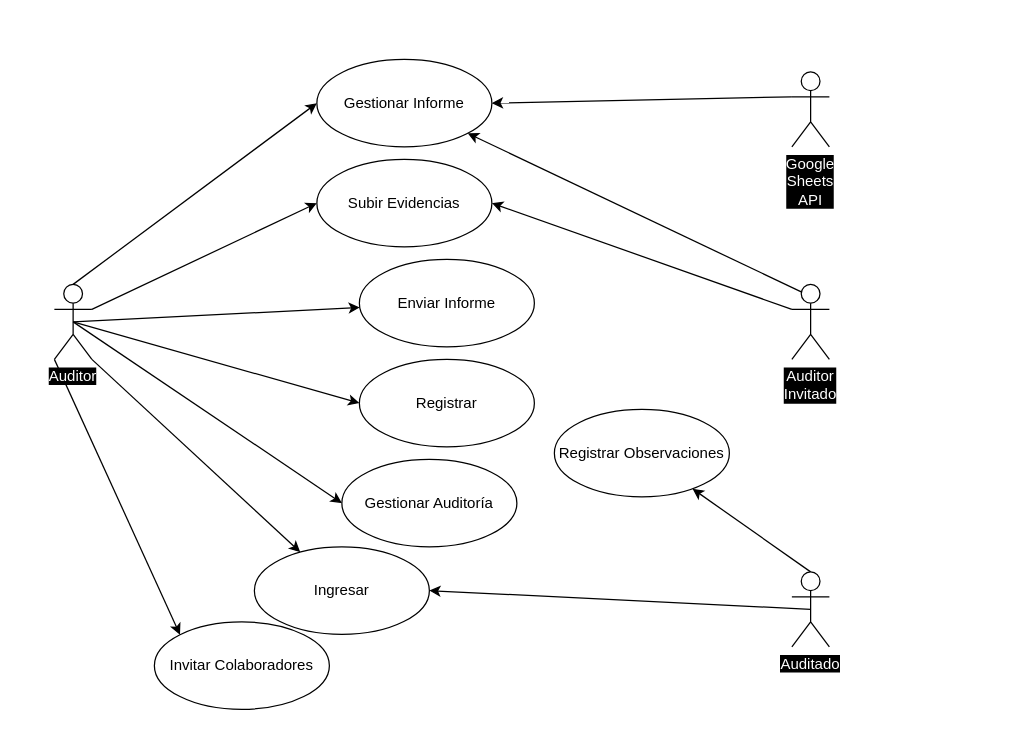
Jhonathan97/Proyecto_Auditoria keeps this draw.io diagram as Diagrams and Mockups/casos_de_uso.drawio. Above is the earlier version. Source tidied: cells renumbered, new cells numbered last; positions are measured from the earlier drawing's top-left corner, leaving out a move shared by most shapes. Both pictures are drawn from the tidied source at 125%, with x=0, y=0 at pixel (54, 59).
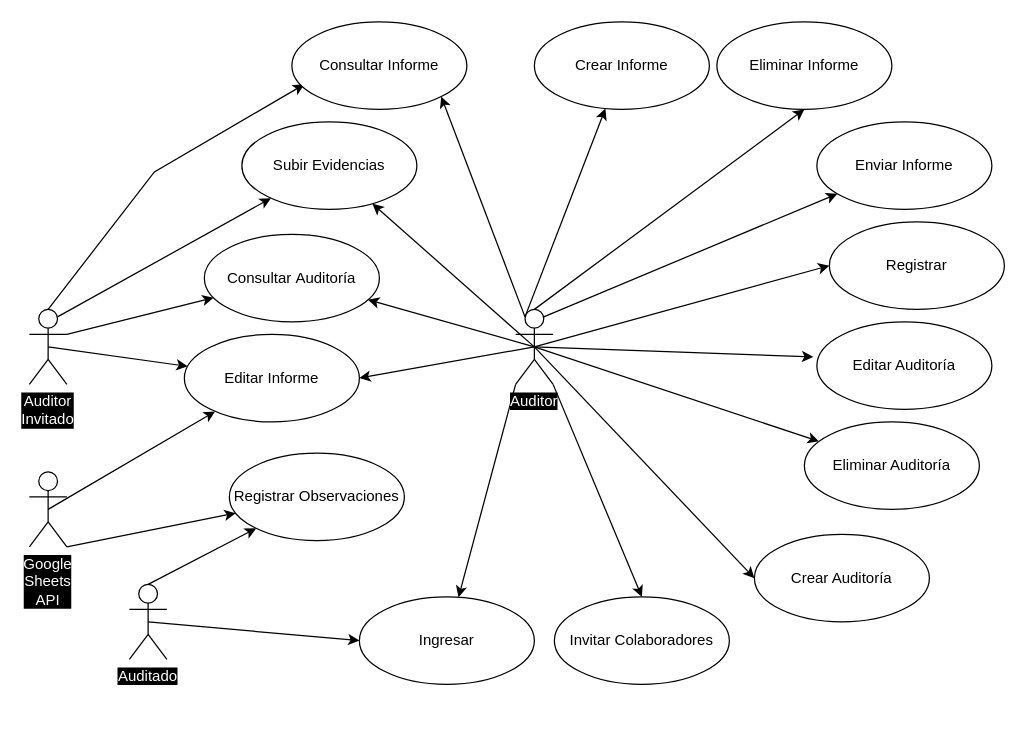
The same diagram, later.

Commit message:
Diagrama de Casos de Uso Definitivo

The edit, as a diff of the source:
```diff
@@
-    <mxCell id="2" value="Gestionar Informe" style="ellipse;whiteSpace=wrap;html=1;" parent="1" vertex="1">
-      <mxGeometry x="210" width="140" height="70" as="geometry" />
-    </mxCell>
-    <mxCell id="3" style="rounded=0;jettySize=auto;html=1;entryX=0;entryY=0.5;entryDx=0;entryDy=0;fontColor=#FFFFFF;exitX=0.5;exitY=0;exitDx=0;exitDy=0;exitPerimeter=0;" parent="1" edge="1" source="10" target="2">
+    <mxCell id="3" style="rounded=0;jettySize=auto;html=1;fontColor=#FFFFFF;exitX=0.5;exitY=0;exitDx=0;exitDy=0;exitPerimeter=0;entryX=0.5;entryY=1;entryDx=0;entryDy=0;" parent="1" edge="1" source="10" target="40">
       <mxGeometry relative="1" as="geometry" />
     </mxCell>
@@
-    <mxCell id="5" style="edgeStyle=none;rounded=0;jettySize=auto;html=1;exitX=1;exitY=1;exitDx=0;exitDy=0;exitPerimeter=0;" parent="1" edge="1" source="10" target="12">
+    <mxCell id="5" style="edgeStyle=none;rounded=0;jettySize=auto;html=1;exitX=0;exitY=1;exitDx=0;exitDy=0;exitPerimeter=0;" parent="1" edge="1" source="10" target="12">
       <mxGeometry relative="1" as="geometry" />
     </mxCell>
-    <mxCell id="6" style="edgeStyle=none;rounded=0;jettySize=auto;html=1;exitX=1;exitY=0.3333333333333333;exitDx=0;exitDy=0;exitPerimeter=0;entryX=0;entryY=0.5;entryDx=0;entryDy=0;" parent="1" edge="1" source="10" target="19">
+    <mxCell id="6" style="edgeStyle=none;rounded=0;jettySize=auto;html=1;exitX=0.5;exitY=0.5;exitDx=0;exitDy=0;exitPerimeter=0;" parent="1" edge="1" source="10" target="19">
       <mxGeometry relative="1" as="geometry" />
     </mxCell>
-    <mxCell id="7" style="edgeStyle=none;rounded=0;jettySize=auto;html=1;exitX=0.5;exitY=0.5;exitDx=0;exitDy=0;exitPerimeter=0;" parent="1" edge="1" source="10" target="20">
+    <mxCell id="7" style="edgeStyle=none;rounded=0;jettySize=auto;html=1;exitX=0.75;exitY=0.1;exitDx=0;exitDy=0;exitPerimeter=0;" parent="1" edge="1" source="10" target="20">
       <mxGeometry relative="1" as="geometry" />
     </mxCell>
-    <mxCell id="8" style="edgeStyle=none;rounded=0;jettySize=auto;html=1;exitX=0;exitY=1;exitDx=0;exitDy=0;exitPerimeter=0;entryX=0;entryY=0;entryDx=0;entryDy=0;" parent="1" edge="1" source="10" target="21">
+    <mxCell id="8" style="edgeStyle=none;rounded=0;jettySize=auto;html=1;exitX=1;exitY=1;exitDx=0;exitDy=0;exitPerimeter=0;entryX=0.5;entryY=0;entryDx=0;entryDy=0;" parent="1" edge="1" source="10" target="21">
       <mxGeometry relative="1" as="geometry" />
     </mxCell>
@@
+    <mxCell id="26" style="rounded=0;jettySize=auto;html=1;exitX=0.5;exitY=0.5;exitDx=0;exitDy=0;exitPerimeter=0;entryX=-0.021;entryY=0.4;entryDx=0;entryDy=0;entryPerimeter=0;" parent="1" edge="1" source="10" target="37">
+      <mxGeometry relative="1" as="geometry" />
+    </mxCell>
+    <mxCell id="27" style="edgeStyle=none;rounded=0;jettySize=auto;html=1;exitX=0.5;exitY=0.5;exitDx=0;exitDy=0;exitPerimeter=0;" parent="1" edge="1" source="10" target="39">
+      <mxGeometry relative="1" as="geometry" />
+    </mxCell>
+    <mxCell id="28" style="edgeStyle=none;rounded=0;jettySize=auto;html=1;exitX=0.5;exitY=0.5;exitDx=0;exitDy=0;exitPerimeter=0;" parent="1" edge="1" source="10" target="38">
+      <mxGeometry relative="1" as="geometry" />
+    </mxCell>
+    <mxCell id="29" style="edgeStyle=none;rounded=0;jettySize=auto;html=1;exitX=0.25;exitY=0.1;exitDx=0;exitDy=0;exitPerimeter=0;" parent="1" edge="1" source="10" target="43">
+      <mxGeometry relative="1" as="geometry" />
+    </mxCell>
+    <mxCell id="30" style="edgeStyle=none;rounded=0;jettySize=auto;html=1;exitX=0.25;exitY=0.1;exitDx=0;exitDy=0;exitPerimeter=0;entryX=1;entryY=1;entryDx=0;entryDy=0;" parent="1" edge="1" source="10" target="42">
+      <mxGeometry relative="1" as="geometry" />
+    </mxCell>
+    <mxCell id="31" style="edgeStyle=none;rounded=0;jettySize=auto;html=1;exitX=0.5;exitY=0.5;exitDx=0;exitDy=0;exitPerimeter=0;entryX=1;entryY=0.5;entryDx=0;entryDy=0;" parent="1" edge="1" source="10" target="44">
+      <mxGeometry relative="1" as="geometry" />
+    </mxCell>
     <mxCell id="10" value="Auditor" style="shape=umlActor;verticalLabelPosition=bottom;labelBackgroundColor=#000000;verticalAlign=top;html=1;whiteSpace=wrap;fontColor=#FFFFFF;" parent="1" vertex="1">
-      <mxGeometry y="180" width="30" height="60" as="geometry" />
+      <mxGeometry x="369" y="200" width="30" height="60" as="geometry" />
     </mxCell>
     <mxCell id="11" value="Registrar" style="ellipse;whiteSpace=wrap;html=1;" parent="1" vertex="1">
-      <mxGeometry x="244" y="240" width="140" height="70" as="geometry" />
+      <mxGeometry x="620" y="130" width="140" height="70" as="geometry" />
     </mxCell>
     <mxCell id="12" value="Ingresar" style="ellipse;whiteSpace=wrap;html=1;" parent="1" vertex="1">
-      <mxGeometry x="160" y="390" width="140" height="70" as="geometry" />
+      <mxGeometry x="244" y="430" width="140" height="70" as="geometry" />
     </mxCell>
     <mxCell id="13" value="Registrar Observaciones" style="ellipse;whiteSpace=wrap;html=1;" parent="1" vertex="1">
-      <mxGeometry x="400" y="280" width="140" height="70" as="geometry" />
+      <mxGeometry x="140" y="315" width="140" height="70" as="geometry" />
     </mxCell>
@@
-    <mxCell id="15" style="edgeStyle=none;rounded=0;jettySize=auto;html=1;exitX=0.5;exitY=0.5;exitDx=0;exitDy=0;exitPerimeter=0;entryX=1;entryY=0.5;entryDx=0;entryDy=0;" parent="1" edge="1" source="16" target="12">
+    <mxCell id="15" style="edgeStyle=none;rounded=0;jettySize=auto;html=1;exitX=0.5;exitY=0.5;exitDx=0;exitDy=0;exitPerimeter=0;entryX=0;entryY=0.5;entryDx=0;entryDy=0;entryPerimeter=0;" parent="1" edge="1" source="16" target="12">
       <mxGeometry relative="1" as="geometry" />
     </mxCell>
     <mxCell id="16" value="Auditado" style="shape=umlActor;verticalLabelPosition=bottom;labelBackgroundColor=#000000;verticalAlign=top;html=1;whiteSpace=wrap;fontColor=#FFFFFF;" parent="1" vertex="1">
-      <mxGeometry x="590" y="410" width="30" height="60" as="geometry" />
+      <mxGeometry x="60" y="420" width="30" height="60" as="geometry" />
     </mxCell>
-    <mxCell id="17" style="edgeStyle=none;rounded=0;jettySize=auto;html=1;exitX=0;exitY=0.3333333333333333;exitDx=0;exitDy=0;exitPerimeter=0;entryX=1;entryY=0.5;entryDx=0;entryDy=0;" parent="1" edge="1" source="18" target="2">
-      <mxGeometry relative="1" as="geometry" />
-    </mxCell>
+    <mxCell id="32" style="edgeStyle=none;rounded=0;jettySize=auto;html=1;exitX=0.5;exitY=0.5;exitDx=0;exitDy=0;exitPerimeter=0;" parent="1" edge="1" source="18" target="44">
+      <mxGeometry relative="1" as="geometry" />
+    </mxCell>
+    <mxCell id="33" style="edgeStyle=none;rounded=0;jettySize=auto;html=1;exitX=1;exitY=1;exitDx=0;exitDy=0;exitPerimeter=0;" parent="1" edge="1" source="18" target="13">
+      <mxGeometry relative="1" as="geometry" />
+    </mxCell>
     <mxCell id="18" value="Google Sheets API" style="shape=umlActor;verticalLabelPosition=bottom;labelBackgroundColor=#000000;verticalAlign=top;html=1;whiteSpace=wrap;fontColor=#FFFFFF;" parent="1" vertex="1">
-      <mxGeometry x="590" y="10" width="30" height="60" as="geometry" />
+      <mxGeometry x="-20" y="330" width="30" height="60" as="geometry" />
     </mxCell>
     <mxCell id="19" value="Subir Evidencias" style="ellipse;whiteSpace=wrap;html=1;" parent="1" vertex="1">
-      <mxGeometry x="210" y="80" width="140" height="70" as="geometry" />
+      <mxGeometry x="150" y="50" width="140" height="70" as="geometry" />
     </mxCell>
     <mxCell id="20" value="Enviar Informe" style="ellipse;whiteSpace=wrap;html=1;" parent="1" vertex="1">
-      <mxGeometry x="244" y="160" width="140" height="70" as="geometry" />
+      <mxGeometry x="610" y="50" width="140" height="70" as="geometry" />
     </mxCell>
     <mxCell id="21" value="Invitar Colaboradores" style="ellipse;whiteSpace=wrap;html=1;" parent="1" vertex="1">
-      <mxGeometry x="80" y="450" width="140" height="70" as="geometry" />
+      <mxGeometry x="400" y="430" width="140" height="70" as="geometry" />
     </mxCell>
-    <mxCell id="22" value="Gestionar Auditoría" style="ellipse;whiteSpace=wrap;html=1;" parent="1" vertex="1">
-      <mxGeometry x="230" y="320" width="140" height="70" as="geometry" />
+    <mxCell id="22" value="Crear Auditoría" style="ellipse;whiteSpace=wrap;html=1;" parent="1" vertex="1">
+      <mxGeometry x="560" y="380" width="140" height="70" as="geometry" />
     </mxCell>
+    <mxCell id="34" style="edgeStyle=none;rounded=0;jettySize=auto;html=1;exitX=0.5;exitY=0.5;exitDx=0;exitDy=0;exitPerimeter=0;" parent="1" edge="1" source="25" target="44">
+      <mxGeometry relative="1" as="geometry" />
+    </mxCell>
-    <mxCell id="23" style="edgeStyle=none;rounded=0;jettySize=auto;html=1;exitX=0;exitY=0.3333333333333333;exitDx=0;exitDy=0;exitPerimeter=0;entryX=1;entryY=0.5;entryDx=0;entryDy=0;" parent="1" edge="1" source="25" target="19">
+    <mxCell id="23" style="edgeStyle=none;rounded=0;jettySize=auto;html=1;exitX=0.75;exitY=0.1;exitDx=0;exitDy=0;exitPerimeter=0;" parent="1" edge="1" source="25" target="19">
       <mxGeometry relative="1" as="geometry" />
     </mxCell>
-    <mxCell id="24" style="edgeStyle=none;rounded=0;jettySize=auto;html=1;exitX=0.25;exitY=0.1;exitDx=0;exitDy=0;exitPerimeter=0;" parent="1" edge="1" source="25" target="2">
-      <mxGeometry relative="1" as="geometry" />
-    </mxCell>
+    <mxCell id="35" style="edgeStyle=none;rounded=0;jettySize=auto;html=1;entryX=0.071;entryY=0.714;entryDx=0;entryDy=0;entryPerimeter=0;exitX=0.5;exitY=0;exitDx=0;exitDy=0;exitPerimeter=0;" parent="1" edge="1" source="25" target="42">
+      <mxGeometry relative="1" as="geometry">
+        <Array as="points">
+          <mxPoint x="80" y="90" />
+        </Array>
+      </mxGeometry>
+    </mxCell>
+    <mxCell id="36" style="edgeStyle=none;rounded=0;jettySize=auto;html=1;exitX=1;exitY=0.3333333333333333;exitDx=0;exitDy=0;exitPerimeter=0;" parent="1" edge="1" source="25" target="39">
+      <mxGeometry relative="1" as="geometry" />
+    </mxCell>
     <mxCell id="25" value="Auditor Invitado" style="shape=umlActor;verticalLabelPosition=bottom;labelBackgroundColor=#000000;verticalAlign=top;html=1;whiteSpace=wrap;fontColor=#FFFFFF;" parent="1" vertex="1">
-      <mxGeometry x="590" y="180" width="30" height="60" as="geometry" />
+      <mxGeometry x="-20" y="200" width="30" height="60" as="geometry" />
     </mxCell>
+    <mxCell id="37" value="Editar Auditoría" style="ellipse;whiteSpace=wrap;html=1;" parent="1" vertex="1">
+      <mxGeometry x="610" y="210" width="140" height="70" as="geometry" />
+    </mxCell>
+    <mxCell id="38" value="Eliminar Auditoría" style="ellipse;whiteSpace=wrap;html=1;" parent="1" vertex="1">
+      <mxGeometry x="600" y="290" width="140" height="70" as="geometry" />
+    </mxCell>
+    <mxCell id="39" value="Consultar&amp;nbsp;Auditoría" style="ellipse;whiteSpace=wrap;html=1;" parent="1" vertex="1">
+      <mxGeometry x="120" y="140" width="140" height="70" as="geometry" />
+    </mxCell>
+    <mxCell id="40" value="Eliminar Informe" style="ellipse;whiteSpace=wrap;html=1;" parent="1" vertex="1">
+      <mxGeometry x="530" y="-30" width="140" height="70" as="geometry" />
+    </mxCell>
+    <mxCell id="41" style="edgeStyle=none;rounded=0;orthogonalLoop=1;jettySize=auto;html=1;exitX=1;exitY=0.5;exitDx=0;exitDy=0;" parent="1" edge="1" source="12" target="12">
+      <mxGeometry relative="1" as="geometry" />
+    </mxCell>
+    <mxCell id="42" value="Consultar Informe" style="ellipse;whiteSpace=wrap;html=1;" parent="1" vertex="1">
+      <mxGeometry x="190" y="-30" width="140" height="70" as="geometry" />
+    </mxCell>
+    <mxCell id="43" value="Crear Informe" style="ellipse;whiteSpace=wrap;html=1;" parent="1" vertex="1">
+      <mxGeometry x="384" y="-30" width="140" height="70" as="geometry" />
+    </mxCell>
+    <mxCell id="44" value="Editar Informe" style="ellipse;whiteSpace=wrap;html=1;" parent="1" vertex="1">
+      <mxGeometry x="104" y="220" width="140" height="70" as="geometry" />
+    </mxCell>
```
